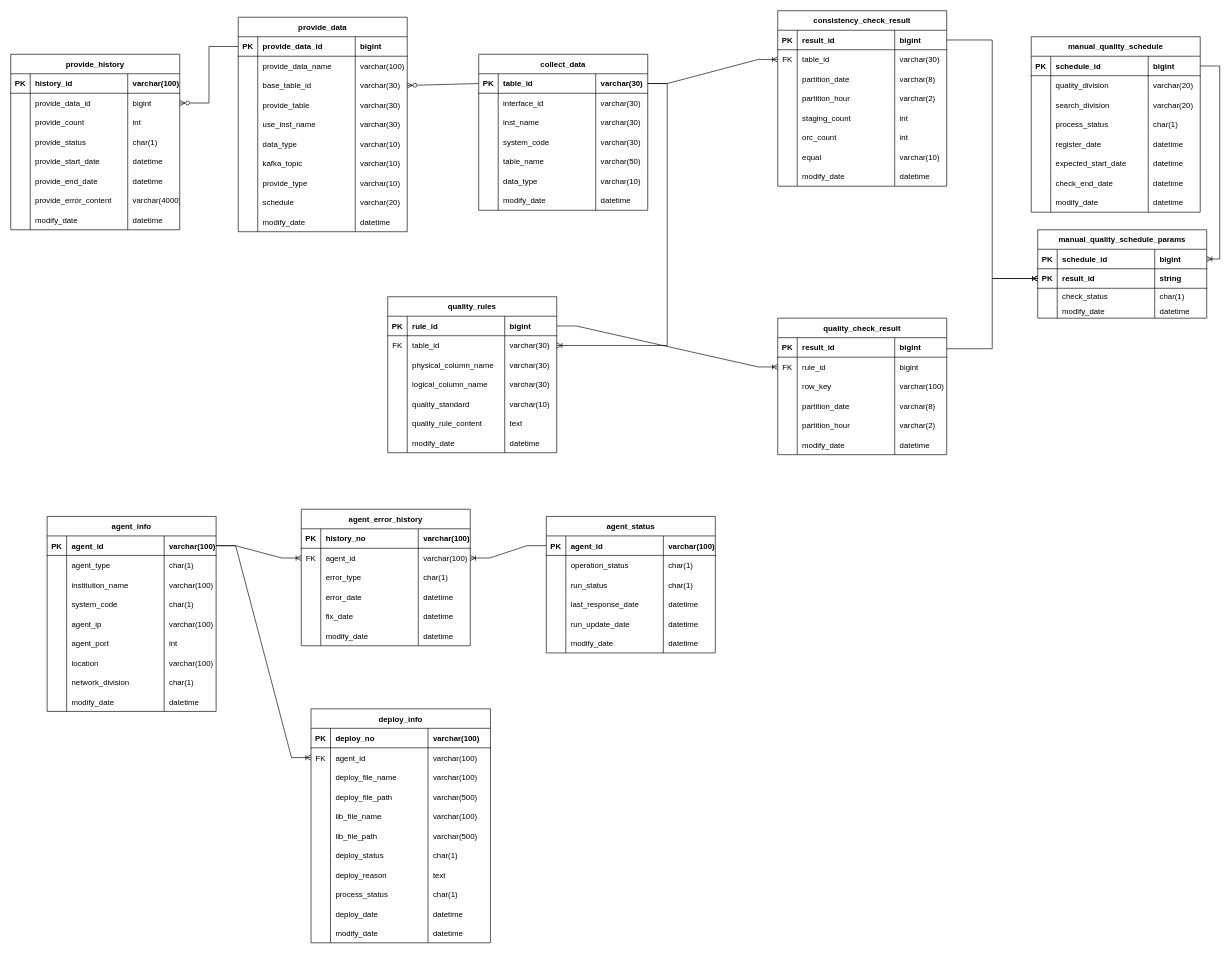
The draw.io diagram 빅데이터 테이블 설계.drawio in vtw-atm/bigdata-table-diagram, before the edit. Source tidied: cells renumbered, new cells numbered last; positions are measured from the earlier drawing's top-left corner, leaving out a move shared by most shapes. Both pictures are drawn from the tidied source at 65%, with x=0, y=0 at pixel (10, 10).
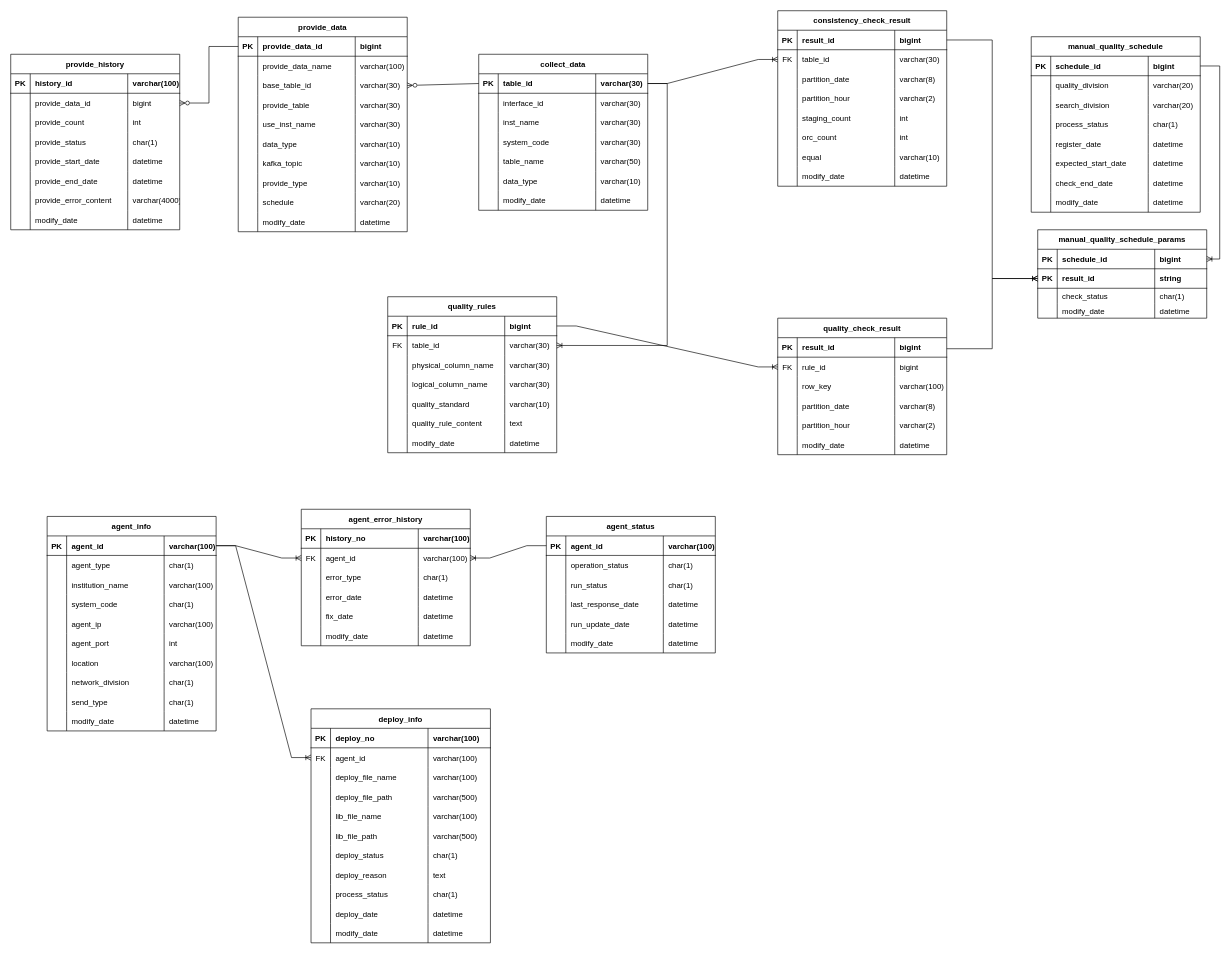
After the change.

Commit message:
agent info 테이블 속성 추가

Change to the diagram source:
```diff
@@
     <mxCell id="275" value="agent_info" style="shape=table;startSize=30;childLayout=tableLayout;rowLines=0;fontStyle=1;align=center;rounded=0;" parent="1" vertex="1">
-      <mxGeometry x="56" y="778" width="260" height="300" as="geometry" />
+      <mxGeometry x="56" y="778" width="260" height="330" as="geometry" />
     </mxCell>
@@
+    <mxCell id="385" style="shape=tableRow;horizontal=0;startSize=0;swimlaneHead=0;swimlaneBody=0;fillColor=none;top=0;left=0;right=0;bottom=0;rounded=0;" parent="275" vertex="1">
+      <mxGeometry y="270" width="260" height="30" as="geometry" />
+    </mxCell>
+    <mxCell id="386" style="shape=partialRectangle;fillColor=none;top=0;left=0;bottom=0;right=0;overflow=hidden;rounded=0;" parent="385" vertex="1">
+      <mxGeometry width="30" height="30" as="geometry" />
+    </mxCell>
+    <mxCell id="387" value="send_type" style="shape=partialRectangle;fillColor=none;top=0;left=0;bottom=0;right=0;align=left;spacingLeft=6;overflow=hidden;rounded=0;" parent="385" vertex="1">
+      <mxGeometry x="30" width="150" height="30" as="geometry" />
+    </mxCell>
+    <mxCell id="388" value="char(1)" style="shape=partialRectangle;fillColor=none;top=0;left=0;bottom=0;right=0;align=left;spacingLeft=6;overflow=hidden;rounded=0;" parent="385" vertex="1">
+      <mxGeometry x="180" width="80" height="30" as="geometry" />
+    </mxCell>
     <mxCell id="308" style="shape=tableRow;horizontal=0;startSize=0;swimlaneHead=0;swimlaneBody=0;fillColor=none;top=0;left=0;right=0;bottom=0;rounded=0;" parent="275" vertex="1">
-      <mxGeometry y="270" width="260" height="30" as="geometry" />
+      <mxGeometry y="300" width="260" height="30" as="geometry" />
     </mxCell>
```
